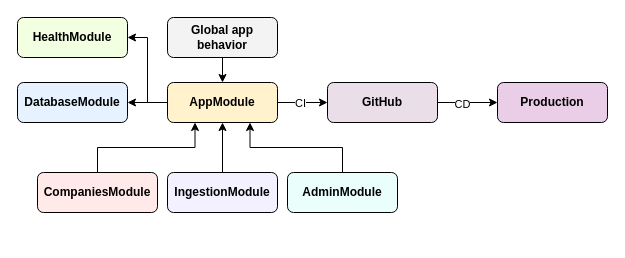
Earlier version of the draw.io diagram page "Page-2" (2 of 2) of docs/diagrams/PortfoRadar.drawio (armanfeili/PortfoRadar). Source tidied: cells renumbered, new cells numbered last; positions are measured from the earlier drawing's top-left corner, leaving out a move shared by most shapes. Both pictures are drawn from the tidied source at 100%, with x=0, y=0 at pixel (17, 17).
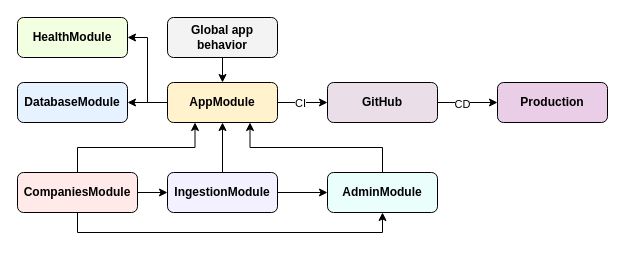
Above is the later version.

Commit message (it also covers changes not shown here):
diagram completed

Unchanged cells that the change refers to:
```xml
<mxCell id="14" value="&lt;span style=&quot;font-weight: 700;&quot;&gt;IngestionModule&lt;/span&gt;" style="rounded=1;whiteSpace=wrap;html=1;fillColor=#F3F0FF;" parent="1" vertex="1">
  <mxGeometry x="150" y="155" width="110" height="40" as="geometry" />
</mxCell>
```

What changed in the source:
```diff
@@
+    <mxCell id="21" style="edgeStyle=orthogonalEdgeStyle;rounded=0;jettySize=auto;html=1;exitX=1;exitY=0.5;exitDx=0;exitDy=0;entryX=0;entryY=0.5;entryDx=0;entryDy=0;" parent="1" edge="1" source="12" target="14">
+      <mxGeometry relative="1" as="geometry" />
+    </mxCell>
+    <mxCell id="22" style="edgeStyle=orthogonalEdgeStyle;rounded=0;jettySize=auto;html=1;exitX=0.5;exitY=1;exitDx=0;exitDy=0;entryX=0.5;entryY=1;entryDx=0;entryDy=0;" parent="1" edge="1" source="12" target="16">
+      <mxGeometry relative="1" as="geometry" />
+    </mxCell>
     <mxCell id="12" value="&lt;span style=&quot;font-weight: 700;&quot;&gt;CompaniesModule&lt;/span&gt;" style="rounded=1;whiteSpace=wrap;html=1;fillColor=#FFE9E9;" parent="1" vertex="1">
-      <mxGeometry x="20" y="155" width="120" height="40" as="geometry" />
+      <mxGeometry y="155" width="120" height="40" as="geometry" />
     </mxCell>
@@
+    <mxCell id="23" style="edgeStyle=orthogonalEdgeStyle;rounded=0;jettySize=auto;html=1;exitX=1;exitY=0.5;exitDx=0;exitDy=0;entryX=0;entryY=0.5;entryDx=0;entryDy=0;" parent="1" edge="1" source="14" target="16">
+      <mxGeometry relative="1" as="geometry" />
+    </mxCell>
@@
     <mxCell id="16" value="&lt;span style=&quot;font-weight: 700;&quot;&gt;AdminModule&lt;/span&gt;" style="rounded=1;whiteSpace=wrap;html=1;fillColor=#EAFFFB;" parent="1" vertex="1">
-      <mxGeometry x="270" y="155" width="110" height="40" as="geometry" />
+      <mxGeometry x="310" y="155" width="110" height="40" as="geometry" />
     </mxCell>
```
